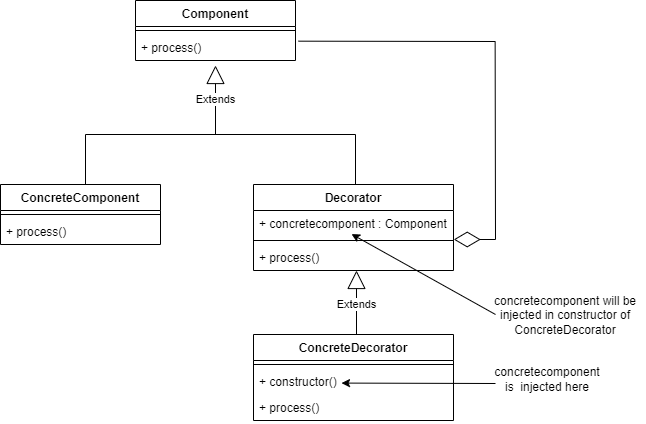
abhimanyusood/techblog keeps this draw.io diagram as images/decorator-pattern/decorator-uml.png. Above is the earlier version. Source tidied: cells renumbered, new cells last; positions are measured from the earlier drawing's top-left corner, leaving out a move shared by most shapes. Source of this version:
```xml
<mxGraphModel>
  <root>
    <mxCell id="0" />
    <mxCell id="1" parent="0" />
    <mxCell id="2" value="Component" style="swimlane;fontStyle=1;align=center;verticalAlign=top;horizontal=1;startSize=26;" parent="1" vertex="1">
      <mxGeometry x="135" width="160" height="60" as="geometry" />
    </mxCell>
    <mxCell id="3" style="line;strokeWidth=1;fillColor=none;align=left;verticalAlign=middle;spacingTop=-1;spacingLeft=3;spacingRight=3;labelPosition=right;" parent="2" vertex="1">
      <mxGeometry y="26" width="160" height="8" as="geometry" />
    </mxCell>
    <mxCell id="4" value="+ process()" style="text;strokeColor=none;fillColor=none;align=left;verticalAlign=top;spacingLeft=4;spacingRight=4;overflow=hidden;points=[[0,0.5],[1,0.5]];portConstraint=eastwest;" parent="2" vertex="1">
      <mxGeometry y="34" width="160" height="26" as="geometry" />
    </mxCell>
    <mxCell id="5" value="ConcreteComponent" style="swimlane;fontStyle=1;align=center;verticalAlign=top;horizontal=1;startSize=26;" parent="1" vertex="1">
      <mxGeometry y="184" width="160" height="60" as="geometry" />
    </mxCell>
    <mxCell id="6" style="line;strokeWidth=1;fillColor=none;align=left;verticalAlign=middle;spacingTop=-1;spacingLeft=3;spacingRight=3;labelPosition=right;" parent="5" vertex="1">
      <mxGeometry y="26" width="160" height="8" as="geometry" />
    </mxCell>
    <mxCell id="7" value="+ process()" style="text;strokeColor=none;fillColor=none;align=left;verticalAlign=top;spacingLeft=4;spacingRight=4;overflow=hidden;" parent="5" vertex="1">
      <mxGeometry y="34" width="160" height="26" as="geometry" />
    </mxCell>
    <mxCell id="8" style="endArrow=none;html=1;rounded=0;" parent="1" edge="1">
      <mxGeometry relative="1" as="geometry">
        <mxPoint x="85" y="134" as="sourcePoint" />
        <mxPoint x="355" y="134" as="targetPoint" />
      </mxGeometry>
    </mxCell>
    <mxCell id="9" style="endArrow=none;html=1;rounded=0;exitX=0.5;exitY=0;exitDx=0;exitDy=0;" parent="1" edge="1">
      <mxGeometry relative="1" as="geometry">
        <mxPoint x="355" y="184" as="sourcePoint" />
        <mxPoint x="355" y="134" as="targetPoint" />
      </mxGeometry>
    </mxCell>
    <mxCell id="10" style="endArrow=diamondThin;endFill=0;endSize=24;html=1;rounded=0;entryX=1.023;entryY=1.038;entryDx=0;entryDy=0;entryPerimeter=0;exitX=1.021;exitY=0.141;exitDx=0;exitDy=0;exitPerimeter=0;" parent="1" edge="1">
      <mxGeometry relative="1" as="geometry">
        <mxPoint x="298" y="40.7" as="sourcePoint" />
        <mxPoint x="453.2" y="239" as="targetPoint" />
        <Array as="points">
          <mxPoint x="494.6" y="41" />
          <mxPoint x="495" y="239" />
        </Array>
      </mxGeometry>
    </mxCell>
    <mxCell id="11" value="Decorator" style="swimlane;fontStyle=1;align=center;verticalAlign=top;horizontal=1;startSize=26;" parent="1" vertex="1">
      <mxGeometry x="253" y="184" width="200" height="86" as="geometry" />
    </mxCell>
    <mxCell id="12" value="+ concretecomponent : Component" style="text;strokeColor=none;fillColor=none;align=left;verticalAlign=top;spacingLeft=4;spacingRight=4;overflow=hidden;" parent="11" vertex="1">
      <mxGeometry y="26" width="200" height="26" as="geometry" />
    </mxCell>
    <mxCell id="13" style="line;strokeWidth=1;fillColor=none;align=left;verticalAlign=middle;spacingTop=-1;spacingLeft=3;spacingRight=3;labelPosition=right;" parent="11" vertex="1">
      <mxGeometry y="52" width="200" height="8" as="geometry" />
    </mxCell>
    <mxCell id="14" value="+ process()" style="text;strokeColor=none;fillColor=none;align=left;verticalAlign=top;spacingLeft=4;spacingRight=4;overflow=hidden;" parent="11" vertex="1">
      <mxGeometry y="60" width="200" height="26" as="geometry" />
    </mxCell>
    <mxCell id="15" value="Extends" style="endArrow=block;endSize=16;endFill=0;html=1;rounded=0;entryX=0.5;entryY=1.192;entryDx=0;entryDy=0;entryPerimeter=0;" parent="1" edge="1" target="4">
      <mxGeometry relative="1" as="geometry">
        <mxPoint x="215" y="134" as="sourcePoint" />
      </mxGeometry>
    </mxCell>
    <mxCell id="16" style="endArrow=none;html=1;rounded=0;exitX=0.5;exitY=0;exitDx=0;exitDy=0;" parent="1" edge="1">
      <mxGeometry relative="1" as="geometry">
        <mxPoint x="85" y="184" as="sourcePoint" />
        <mxPoint x="85" y="134" as="targetPoint" />
      </mxGeometry>
    </mxCell>
    <mxCell id="17" value="Extends" style="endArrow=block;endSize=16;endFill=0;html=1;rounded=0;entryX=0.5;entryY=1.192;entryDx=0;entryDy=0;entryPerimeter=0;" parent="1" edge="1">
      <mxGeometry relative="1" as="geometry">
        <mxPoint x="356" y="339" as="sourcePoint" />
        <mxPoint x="356" y="270" as="targetPoint" />
      </mxGeometry>
    </mxCell>
    <mxCell id="18" value="ConcreteDecorator" style="swimlane;fontStyle=1;align=center;verticalAlign=top;horizontal=1;startSize=26;" parent="1" vertex="1">
      <mxGeometry x="253" y="334" width="200" height="86" as="geometry" />
    </mxCell>
    <mxCell id="19" style="line;strokeWidth=1;fillColor=none;align=left;verticalAlign=middle;spacingTop=-1;spacingLeft=3;spacingRight=3;labelPosition=right;" parent="18" vertex="1">
      <mxGeometry y="26" width="200" height="8" as="geometry" />
    </mxCell>
    <mxCell id="20" value="+ constructor()" style="text;strokeColor=none;fillColor=none;align=left;verticalAlign=top;spacingLeft=4;spacingRight=4;overflow=hidden;" parent="18" vertex="1">
      <mxGeometry y="34" width="200" height="26" as="geometry" />
    </mxCell>
    <mxCell id="21" value="+ process()" style="text;strokeColor=none;fillColor=none;align=left;verticalAlign=top;spacingLeft=4;spacingRight=4;overflow=hidden;" parent="18" vertex="1">
      <mxGeometry y="60" width="200" height="26" as="geometry" />
    </mxCell>
    <mxCell id="22" style="endArrow=classic;html=1;rounded=0;" parent="1" edge="1">
      <mxGeometry relative="1" as="geometry">
        <mxPoint x="495" y="383" as="sourcePoint" />
        <mxPoint x="341" y="382.6" as="targetPoint" />
      </mxGeometry>
    </mxCell>
    <mxCell id="23" value="concretecomponent is&amp;nbsp; injected here" style="text;html=1;strokeColor=none;fillColor=none;align=center;verticalAlign=middle;whiteSpace=wrap;rounded=0;" parent="1" vertex="1">
      <mxGeometry x="487" y="364" width="120" height="30" as="geometry" />
    </mxCell>
    <mxCell id="24" style="endArrow=classic;html=1;rounded=0;" parent="1" edge="1">
      <mxGeometry relative="1" as="geometry">
        <mxPoint x="495" y="314" as="sourcePoint" />
        <mxPoint x="351" y="233.6" as="targetPoint" />
      </mxGeometry>
    </mxCell>
    <mxCell id="25" value="concretecomponent will be injected in constructor of ConcreteDecorator" style="text;html=1;strokeColor=none;fillColor=none;align=center;verticalAlign=middle;whiteSpace=wrap;rounded=0;" parent="1" vertex="1">
      <mxGeometry x="485" y="300" width="160" height="30" as="geometry" />
    </mxCell>
  </root>
</mxGraphModel>
```
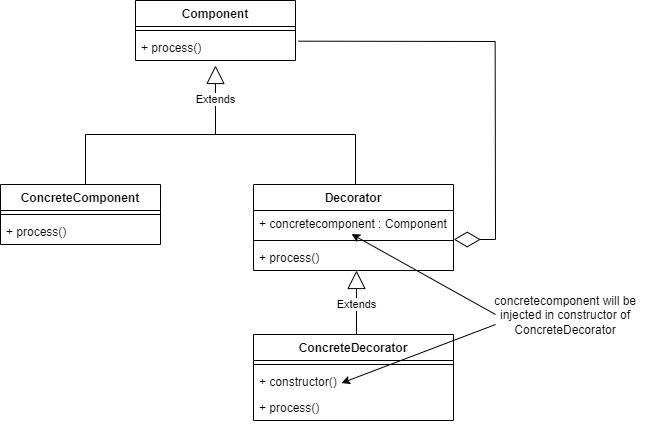
The same file after the commit.

The edit, as a diff of the source:
```diff
@@ -83,15 +83,11 @@
     <mxCell id="21" value="+ process()" style="text;strokeColor=none;fillColor=none;align=left;verticalAlign=top;spacingLeft=4;spacingRight=4;overflow=hidden;" parent="18" vertex="1">
       <mxGeometry y="60" width="200" height="26" as="geometry" />
     </mxCell>
-    <mxCell id="22" style="endArrow=classic;html=1;rounded=0;" parent="1" edge="1">
+    <mxCell id="22" style="endArrow=classic;html=1;rounded=0;exitX=0.063;exitY=0.8;exitDx=0;exitDy=0;exitPerimeter=0;" parent="1" edge="1" source="25">
       <mxGeometry relative="1" as="geometry">
-        <mxPoint x="495" y="383" as="sourcePoint" />
         <mxPoint x="341" y="382.6" as="targetPoint" />
       </mxGeometry>
     </mxCell>
-    <mxCell id="23" value="concretecomponent is&amp;nbsp; injected here" style="text;html=1;strokeColor=none;fillColor=none;align=center;verticalAlign=middle;whiteSpace=wrap;rounded=0;" parent="1" vertex="1">
-      <mxGeometry x="487" y="364" width="120" height="30" as="geometry" />
-    </mxCell>
     <mxCell id="24" style="endArrow=classic;html=1;rounded=0;" parent="1" edge="1">
       <mxGeometry relative="1" as="geometry">
         <mxPoint x="495" y="314" as="sourcePoint" />
```
